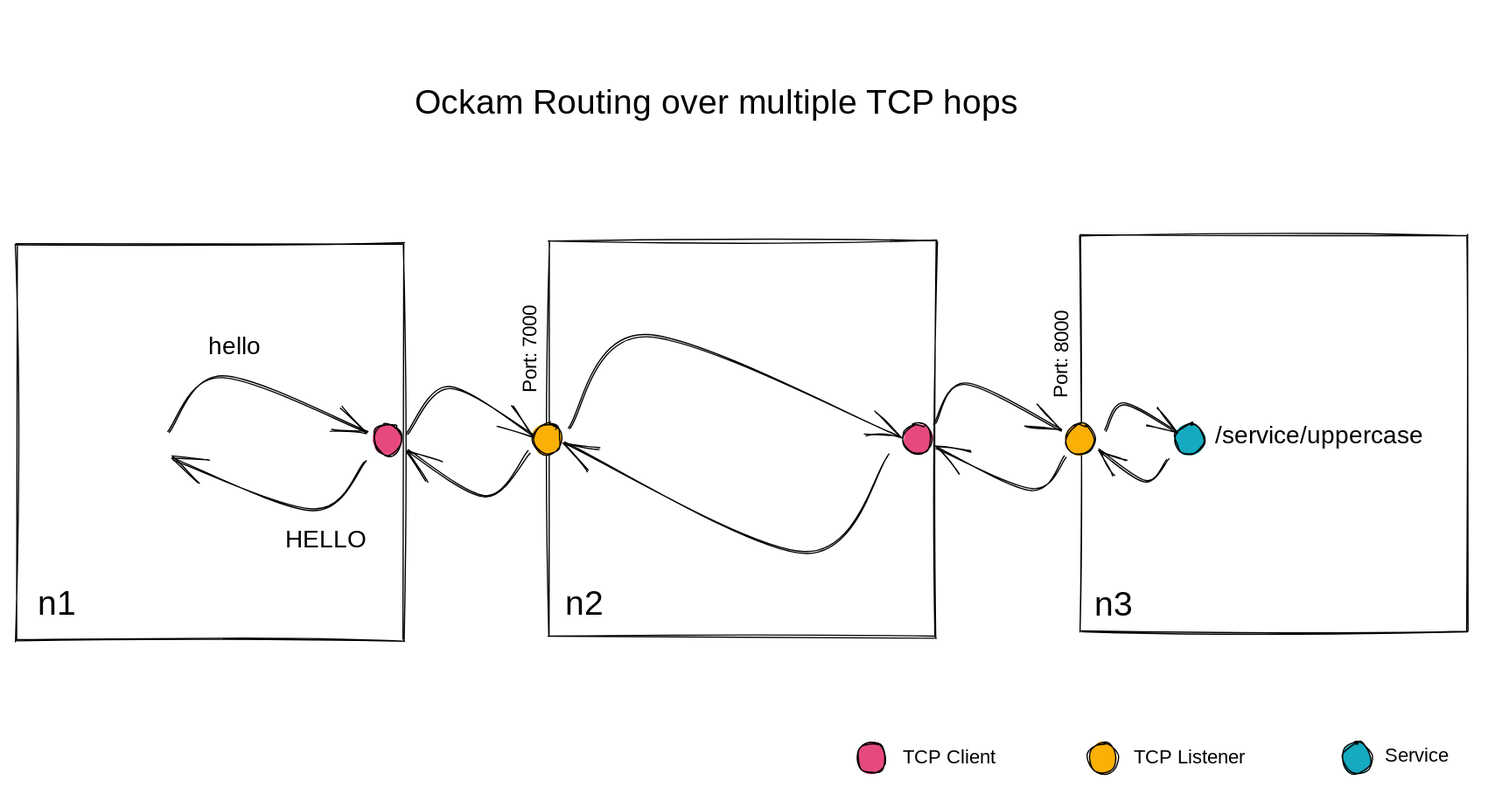
Before: .gitbook/assets/file.excalidraw.svg, a diagram exported from Excalidraw (build-trust/ockam-documentation). Source tidied: one line per element, renumbered; positions are measured from the earlier drawing's top-left corner, leaving out a move shared by most shapes. The source it was exported from:
```json
{"id": 0, "type": "rectangle", "strokeColor": "transparent", "strokeWidth": 1, "roughness": 1, "round": true, "x": 0, "y": 0, "width": 1195, "height": 640}
{"id": 1, "type": "rectangle", "strokeColor": "#000000", "strokeWidth": 1, "roughness": 1, "x": 873, "y": 182, "width": 316, "height": 324}
{"id": 2, "type": "text", "text": "/service/uppercase", "strokeColor": "#000000", "strokeWidth": 1, "roughness": 1, "fontSize": 20, "fontFamily": 1, "x": 982, "y": 334, "width": 184, "height": 25}
{"id": 3, "type": "ellipse", "strokeColor": "#000000", "backgroundColor": "#15aabf", "fillStyle": "solid", "strokeWidth": 1, "roughness": 1, "round": true, "x": 950, "y": 336, "width": 23, "height": 25}
{"id": 4, "type": "ellipse", "strokeColor": "#000000", "backgroundColor": "#fab005", "fillStyle": "solid", "strokeWidth": 1, "roughness": 1, "round": true, "x": 861, "y": 336, "width": 23, "height": 25}
{"id": 5, "type": "text", "text": "Port: 8000", "strokeColor": "#000000", "angle": 4.72, "strokeWidth": 1, "roughness": 1, "fontSize": 16, "fontFamily": 1, "x": 811, "y": 258, "width": 95, "height": 20}
{"id": 6, "type": "rectangle", "strokeColor": "#000000", "strokeWidth": 1, "roughness": 1, "x": 438, "y": 186, "width": 316, "height": 324}
{"id": 7, "type": "rectangle", "strokeColor": "#000000", "strokeWidth": 1, "roughness": 1, "x": 3, "y": 189, "width": 316, "height": 324}
{"id": 8, "type": "text", "text": "Port: 7000", "strokeColor": "#000000", "angle": 4.72, "strokeWidth": 1, "roughness": 1, "fontSize": 16, "fontFamily": 1, "x": 379, "y": 256, "width": 91, "height": 20}
{"id": 9, "type": "ellipse", "strokeColor": "#000000", "backgroundColor": "#fab005", "fillStyle": "solid", "strokeWidth": 1, "roughness": 1, "round": true, "x": 425, "y": 336, "width": 23, "height": 25}
{"id": 10, "type": "ellipse", "strokeColor": "#000000", "backgroundColor": "#e64980", "fillStyle": "solid", "strokeWidth": 1, "roughness": 1, "round": true, "x": 728, "y": 336, "width": 23, "height": 25}
{"id": 11, "type": "ellipse", "strokeColor": "#000000", "backgroundColor": "#e64980", "fillStyle": "solid", "strokeWidth": 1, "roughness": 1, "round": true, "x": 295, "y": 336, "width": 23, "height": 25}
{"id": 12, "type": "ellipse", "strokeColor": "#000000", "backgroundColor": "#e64980", "fillStyle": "solid", "strokeWidth": 1, "roughness": 1, "round": true, "x": 690, "y": 597, "width": 23, "height": 25}
{"id": 13, "type": "text", "text": "TCP Client", "strokeColor": "#000000", "strokeWidth": 1, "roughness": 1, "fontSize": 16, "fontFamily": 1, "x": 727, "y": 600, "width": 87, "height": 20}
{"id": 14, "type": "ellipse", "strokeColor": "#000000", "backgroundColor": "#fab005", "fillStyle": "solid", "strokeWidth": 1, "roughness": 1, "round": true, "x": 879, "y": 597, "width": 23, "height": 25}
{"id": 15, "type": "text", "text": "TCP Listener", "strokeColor": "#000000", "strokeWidth": 1, "roughness": 1, "fontSize": 16, "fontFamily": 1, "x": 916, "y": 600, "width": 106, "height": 20}
{"id": 16, "type": "ellipse", "strokeColor": "#000000", "backgroundColor": "#15aabf", "fillStyle": "solid", "strokeWidth": 1, "roughness": 1, "round": true, "x": 1087, "y": 597, "width": 23, "height": 25}
{"id": 17, "type": "text", "text": "Service", "strokeColor": "#000000", "strokeWidth": 1, "roughness": 1, "fontSize": 16, "fontFamily": 1, "x": 1121, "y": 599, "width": 56, "height": 20}
{"id": 18, "type": "arrow", "strokeColor": "#000000", "strokeWidth": 1, "roughness": 1, "endArrowhead": "arrow", "round": true, "from": 10, "to": 4, "x": 753, "y": 336, "width": 103, "height": 38, "points": [[0, 0], [25, -33], [103, 4]]}
{"id": 19, "type": "arrow", "strokeColor": "#000000", "strokeWidth": 1, "roughness": 1, "endArrowhead": "arrow", "round": true, "from": 11, "to": 6, "x": 322, "y": 345, "width": 104, "height": 39, "points": [[0, 0], [35, -38], [104, 2]]}
{"id": 20, "type": "arrow", "strokeColor": "#000000", "strokeWidth": 1, "roughness": 1, "endArrowhead": "arrow", "round": true, "from": 4, "to": 3, "x": 893, "y": 343, "width": 59, "height": 23, "points": [[0, 0], [15, -22], [59, 1]]}
{"id": 21, "type": "arrow", "strokeColor": "#000000", "strokeWidth": 1, "roughness": 1, "endArrowhead": "arrow", "round": true, "from": 9, "to": 10, "x": 455, "y": 339, "width": 269, "height": 81, "points": [[0, 0], [62, -74], [269, 7]]}
{"id": 22, "type": "arrow", "strokeColor": "#000000", "strokeWidth": 1, "roughness": 1, "endArrowhead": "arrow", "round": true, "from": 3, "to": 4, "x": 943, "y": 365, "width": 57, "height": 26, "points": [[0, 0], [-18, 18], [-57, -8]]}
{"id": 23, "type": "arrow", "strokeColor": "#000000", "strokeWidth": 1, "roughness": 1, "endArrowhead": "arrow", "round": true, "from": 4, "to": 10, "x": 861, "y": 364, "width": 106, "height": 33, "points": [[0, 0], [-27, 25], [-106, -8]]}
{"id": 24, "type": "arrow", "strokeColor": "#000000", "strokeWidth": 1, "roughness": 1, "endArrowhead": "arrow", "round": true, "from": 10, "to": 9, "x": 715, "y": 362, "width": 265, "height": 90, "points": [[0, 0], [-69, 79], [-265, -11]]}
{"id": 25, "type": "arrow", "strokeColor": "#000000", "strokeWidth": 1, "roughness": 1, "endArrowhead": "arrow", "round": true, "from": 9, "to": 11, "x": 422, "y": 359, "width": 99, "height": 39, "points": [[0, 0], [-35, 37], [-99, -2]]}
{"id": 26, "type": "arrow", "strokeColor": "#000000", "strokeWidth": 1, "roughness": 1, "endArrowhead": "arrow", "round": true, "to": 11, "x": 127, "y": 343, "width": 163, "height": 46, "points": [[0, 0], [44, -46], [163, 1]]}
{"id": 27, "type": "arrow", "strokeColor": "#000000", "strokeWidth": 1, "roughness": 1, "endArrowhead": "arrow", "round": true, "from": 11, "x": 288, "y": 367, "width": 157, "height": 41, "points": [[0, 0], [-42, 39], [-157, -2]]}
{"id": 28, "type": "text", "text": "n1", "strokeColor": "#000000", "strokeWidth": 1, "roughness": 1, "fontSize": 28, "fontFamily": 1, "x": 21, "y": 468, "width": 23, "height": 35}
{"id": 29, "type": "text", "text": "n2", "strokeColor": "#000000", "strokeWidth": 1, "roughness": 1, "fontSize": 28, "fontFamily": 1, "x": 452, "y": 468, "width": 35, "height": 35}
{"id": 30, "type": "text", "text": "n3", "strokeColor": "#000000", "strokeWidth": 1, "roughness": 1, "fontSize": 28, "fontFamily": 1, "x": 883, "y": 468, "width": 34, "height": 35}
{"id": 31, "type": "text", "text": "hello", "strokeColor": "#000000", "strokeWidth": 1, "roughness": 1, "fontSize": 20, "fontFamily": 1, "x": 160, "y": 261, "width": 44, "height": 25}
{"id": 32, "type": "text", "text": "HELLO", "strokeColor": "#000000", "strokeWidth": 1, "roughness": 1, "fontSize": 20, "fontFamily": 1, "x": 223, "y": 419, "width": 65, "height": 25}
{"id": 33, "type": "text", "text": "rr", "strokeColor": "transparent", "strokeWidth": 1, "roughness": 1, "fontSize": 20, "fontFamily": 1, "x": 494, "y": 6, "width": 19, "height": 25}
{"id": 34, "type": "text", "text": "Ockam Routing over multiple TCP hops", "strokeColor": "#000000", "strokeWidth": 1, "roughness": 1, "fontSize": 28, "fontFamily": 1, "x": 328, "y": 58, "width": 530, "height": 35}
```
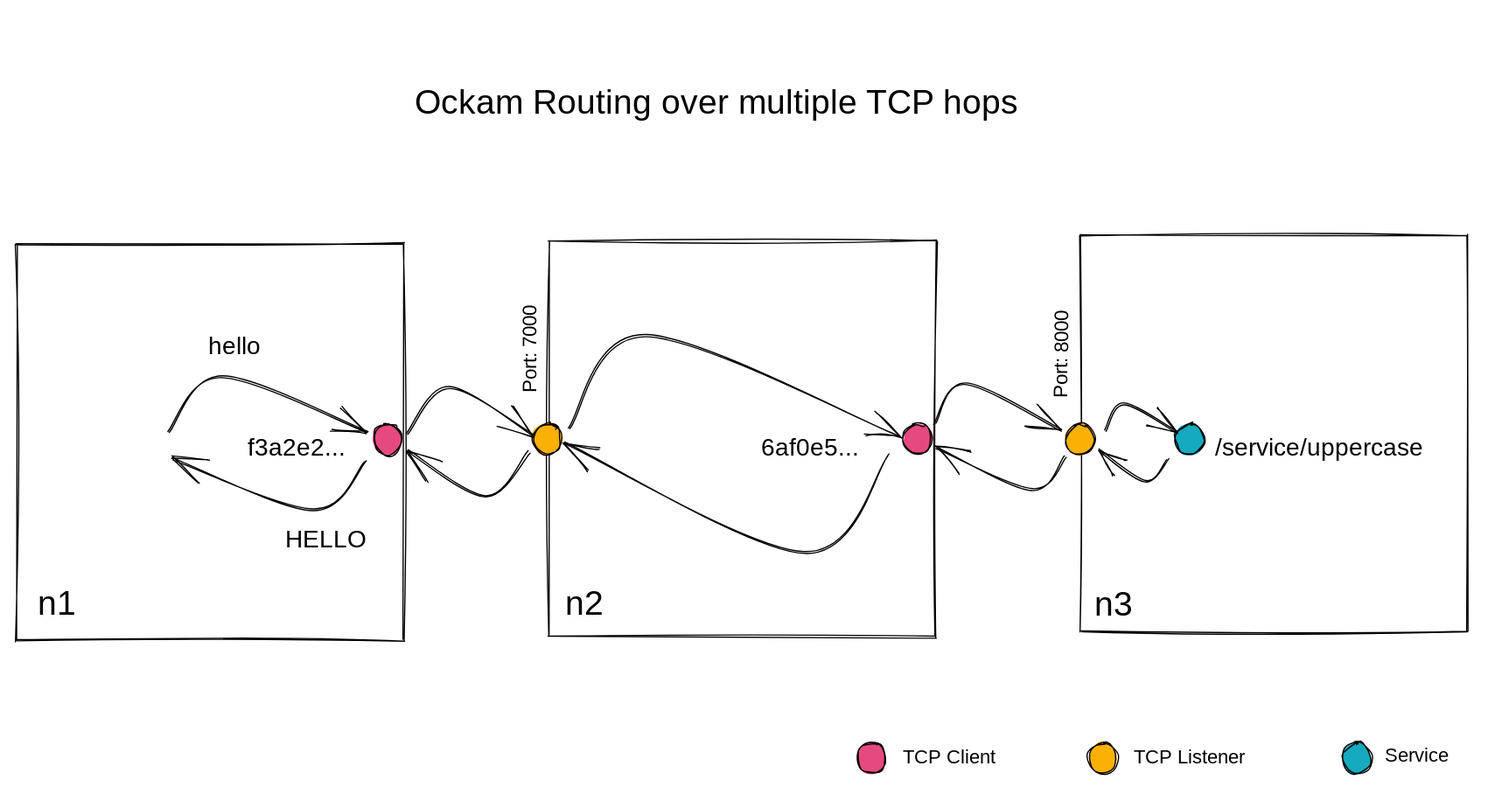
Above is the later version.

Commit message:
GITBOOK-913: change request with no subject merged in GitBook

The edit, as a diff of the source:
```diff
@@ -1,6 +1,6 @@
 {"id": 0, "type": "rectangle", "strokeColor": "transparent", "strokeWidth": 1, "roughness": 1, "round": true, "x": 0, "y": 0, "width": 1195, "height": 640}
 {"id": 1, "type": "rectangle", "strokeColor": "#000000", "strokeWidth": 1, "roughness": 1, "x": 873, "y": 182, "width": 316, "height": 324}
-{"id": 2, "type": "text", "text": "/service/uppercase", "strokeColor": "#000000", "strokeWidth": 1, "roughness": 1, "fontSize": 20, "fontFamily": 1, "x": 982, "y": 334, "width": 184, "height": 25}
+{"id": 2, "type": "text", "text": "/service/uppercase", "strokeColor": "#000000", "strokeWidth": 1, "roughness": 1, "fontSize": 20, "fontFamily": 1, "x": 982, "y": 345, "width": 184, "height": 25}
 {"id": 3, "type": "ellipse", "strokeColor": "#000000", "backgroundColor": "#15aabf", "fillStyle": "solid", "strokeWidth": 1, "roughness": 1, "round": true, "x": 950, "y": 336, "width": 23, "height": 25}
 {"id": 4, "type": "ellipse", "strokeColor": "#000000", "backgroundColor": "#fab005", "fillStyle": "solid", "strokeWidth": 1, "roughness": 1, "round": true, "x": 861, "y": 336, "width": 23, "height": 25}
 {"id": 5, "type": "text", "text": "Port: 8000", "strokeColor": "#000000", "angle": 4.72, "strokeWidth": 1, "roughness": 1, "fontSize": 16, "fontFamily": 1, "x": 811, "y": 258, "width": 95, "height": 20}
@@ -33,3 +33,5 @@
 {"id": 32, "type": "text", "text": "HELLO", "strokeColor": "#000000", "strokeWidth": 1, "roughness": 1, "fontSize": 20, "fontFamily": 1, "x": 223, "y": 419, "width": 65, "height": 25}
 {"id": 33, "type": "text", "text": "rr", "strokeColor": "transparent", "strokeWidth": 1, "roughness": 1, "fontSize": 20, "fontFamily": 1, "x": 494, "y": 6, "width": 19, "height": 25}
 {"id": 34, "type": "text", "text": "Ockam Routing over multiple TCP hops", "strokeColor": "#000000", "strokeWidth": 1, "roughness": 1, "fontSize": 28, "fontFamily": 1, "x": 328, "y": 58, "width": 530, "height": 35}
+{"id": 35, "type": "text", "text": "f3a2e2...", "strokeColor": "#000000", "strokeWidth": 1, "roughness": 1, "fontSize": 20, "fontFamily": 1, "x": 192, "y": 345, "width": 95, "height": 25}
+{"id": 36, "type": "text", "text": "6af0e5...", "strokeColor": "#000000", "strokeWidth": 1, "roughness": 1, "fontSize": 20, "fontFamily": 1, "x": 611, "y": 345, "width": 91, "height": 25}
```
